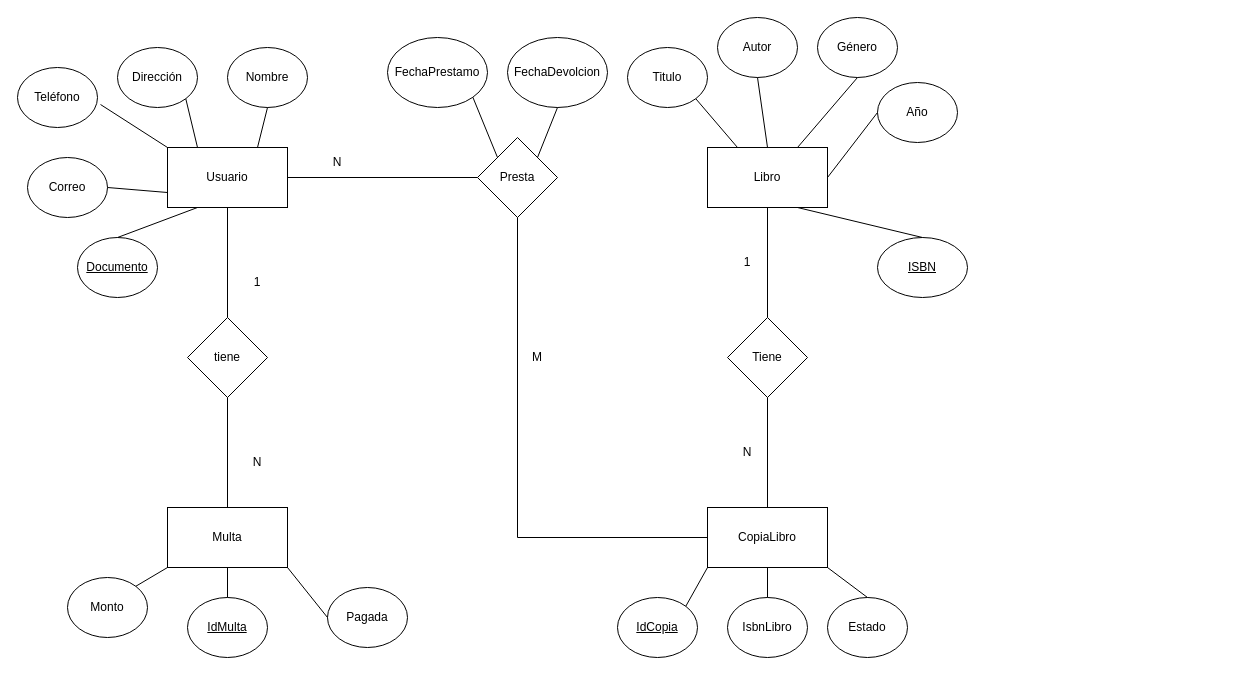
Above: MER_Biblioteca.drawio in JuanaCa19/MER-Caso-Estudio-Biblioteca (draw.io), before the change. Source tidied: cells renumbered, new cells numbered last; positions are measured from the earlier drawing's top-left corner, leaving out a move shared by most shapes. Both pictures are drawn from the tidied source at 100%, with x=0, y=0 at pixel (17, 17).
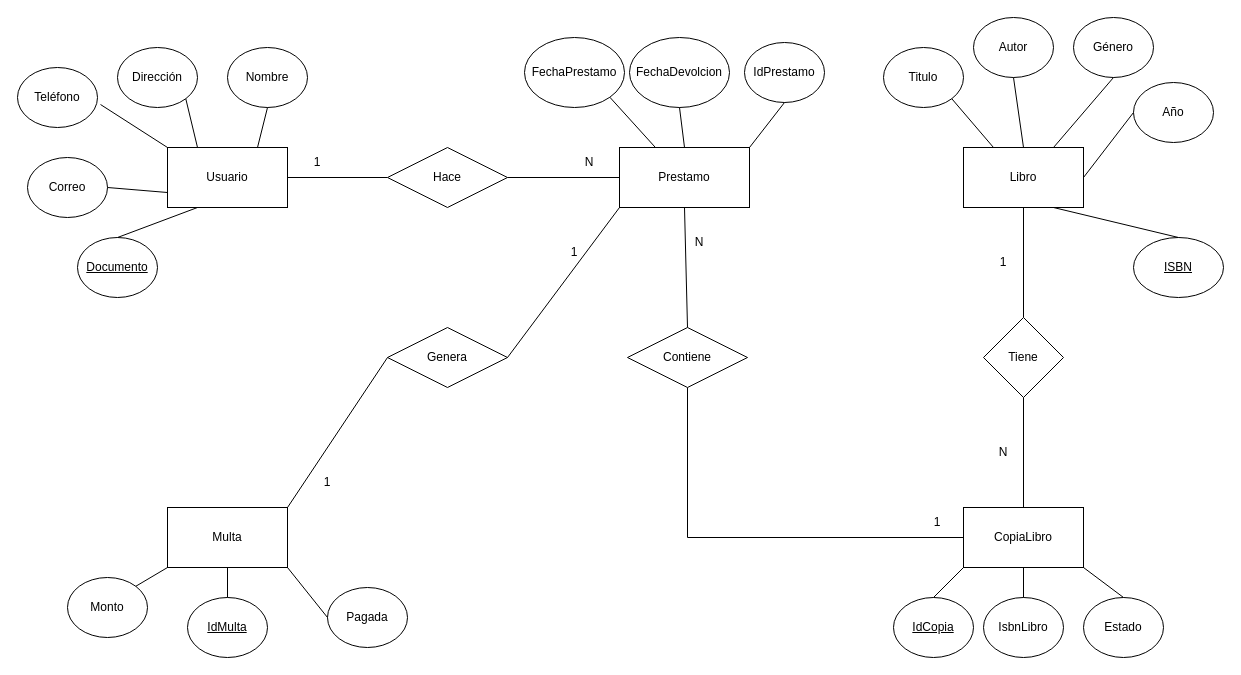
The same page after the edit.

The change refers to these unchanged cells:
```xml
<mxCell id="2" value="Usuario" style="rounded=0;whiteSpace=wrap;html=1;" parent="1" vertex="1">
  <mxGeometry x="150" y="130" width="120" height="60" as="geometry" />
</mxCell>
<mxCell id="26" value="Multa" style="rounded=0;whiteSpace=wrap;html=1;" parent="1" vertex="1">
  <mxGeometry x="150" y="490" width="120" height="60" as="geometry" />
</mxCell>
```

The edit, as a diff of the source:
```diff
@@
-    <mxCell id="13" value="Presta" style="rhombus;whiteSpace=wrap;html=1;" parent="1" vertex="1">
-      <mxGeometry x="460" y="120" width="80" height="80" as="geometry" />
-    </mxCell>
     <mxCell id="14" value="Libro" style="rounded=0;whiteSpace=wrap;html=1;" parent="1" vertex="1">
-      <mxGeometry x="690" y="130" width="120" height="60" as="geometry" />
+      <mxGeometry x="946" y="130" width="120" height="60" as="geometry" />
     </mxCell>
     <mxCell id="15" value="Género" style="ellipse;whiteSpace=wrap;html=1;" parent="1" vertex="1">
-      <mxGeometry x="800" width="80" height="60" as="geometry" />
+      <mxGeometry x="1056" width="80" height="60" as="geometry" />
     </mxCell>
     <mxCell id="16" value="Titulo" style="ellipse;whiteSpace=wrap;html=1;" parent="1" vertex="1">
-      <mxGeometry x="610" y="30" width="80" height="60" as="geometry" />
+      <mxGeometry x="866" y="30" width="80" height="60" as="geometry" />
     </mxCell>
     <mxCell id="17" value="Autor" style="ellipse;whiteSpace=wrap;html=1;" parent="1" vertex="1">
-      <mxGeometry x="700" width="80" height="60" as="geometry" />
+      <mxGeometry x="956" width="80" height="60" as="geometry" />
     </mxCell>
@@
     <mxCell id="21" value="Año" style="ellipse;whiteSpace=wrap;html=1;" parent="1" vertex="1">
-      <mxGeometry x="860" y="65" width="80" height="60" as="geometry" />
+      <mxGeometry x="1116" y="65" width="80" height="60" as="geometry" />
     </mxCell>
@@
-    <mxCell id="23" style="endArrow=none;html=1;rounded=0;exitX=0.5;exitY=1;exitDx=0;exitDy=0;entryX=0;entryY=0.5;entryDx=0;entryDy=0;" parent="1" edge="1" source="13" target="45">
+    <mxCell id="23" style="endArrow=none;html=1;rounded=0;exitX=0.5;exitY=1;exitDx=0;exitDy=0;entryX=0;entryY=0.5;entryDx=0;entryDy=0;" parent="1" edge="1" source="64" target="45">
       <mxGeometry relative="1" as="geometry">
         <Array as="points">
-          <mxPoint x="500" y="520" />
+          <mxPoint x="670" y="520" />
         </Array>
       </mxGeometry>
     </mxCell>
-    <mxCell id="24" style="endArrow=none;html=1;rounded=0;exitX=1;exitY=0.5;exitDx=0;exitDy=0;entryX=0;entryY=0.5;entryDx=0;entryDy=0;" parent="1" edge="1" source="2" target="13">
+    <mxCell id="24" style="endArrow=none;html=1;rounded=0;exitX=1;exitY=0.5;exitDx=0;exitDy=0;entryX=0;entryY=0.5;entryDx=0;entryDy=0;" parent="1" edge="1" source="61" target="57">
       <mxGeometry relative="1" as="geometry" />
     </mxCell>
-    <mxCell id="25" value="tiene" style="rhombus;whiteSpace=wrap;html=1;" parent="1" vertex="1">
-      <mxGeometry x="170" y="300" width="80" height="80" as="geometry" />
-    </mxCell>
@@
     <mxCell id="27" value="FechaPrestamo" style="ellipse;whiteSpace=wrap;html=1;" parent="1" vertex="1">
-      <mxGeometry x="370" y="20" width="100" height="70" as="geometry" />
+      <mxGeometry x="507" y="20" width="100" height="70" as="geometry" />
     </mxCell>
     <mxCell id="28" value="FechaDevolcion" style="ellipse;whiteSpace=wrap;html=1;" parent="1" vertex="1">
-      <mxGeometry x="490" y="20" width="100" height="70" as="geometry" />
+      <mxGeometry x="612" y="20" width="100" height="70" as="geometry" />
     </mxCell>
-    <mxCell id="29" style="endArrow=none;html=1;rounded=0;exitX=1;exitY=1;exitDx=0;exitDy=0;entryX=0;entryY=0;entryDx=0;entryDy=0;" parent="1" edge="1" source="27" target="13">
-      <mxGeometry relative="1" as="geometry" />
+    <mxCell id="29" style="endArrow=none;html=1;rounded=0;exitX=1;exitY=1;exitDx=0;exitDy=0;entryX=0;entryY=0;entryDx=0;entryDy=0;" parent="1" edge="1" source="27">
+      <mxGeometry relative="1" as="geometry">
+        <mxPoint x="647" y="140" as="targetPoint" />
+      </mxGeometry>
     </mxCell>
-    <mxCell id="30" style="endArrow=none;html=1;rounded=0;exitX=1;exitY=0;exitDx=0;exitDy=0;entryX=0.5;entryY=1;entryDx=0;entryDy=0;" parent="1" edge="1" source="13" target="28">
+    <mxCell id="30" style="endArrow=none;html=1;rounded=0;exitX=0.5;exitY=0;exitDx=0;exitDy=0;entryX=0.5;entryY=1;entryDx=0;entryDy=0;" parent="1" edge="1" source="57" target="28">
       <mxGeometry relative="1" as="geometry" />
     </mxCell>
@@
-    <mxCell id="32" style="endArrow=none;html=1;rounded=0;exitX=0.5;exitY=1;exitDx=0;exitDy=0;entryX=0.5;entryY=0;entryDx=0;entryDy=0;" parent="1" edge="1" source="2" target="25">
-      <mxGeometry relative="1" as="geometry" />
-    </mxCell>
-    <mxCell id="33" style="endArrow=none;html=1;rounded=0;exitX=0.5;exitY=1;exitDx=0;exitDy=0;entryX=0.5;entryY=0;entryDx=0;entryDy=0;" parent="1" edge="1" source="25" target="26">
-      <mxGeometry relative="1" as="geometry" />
-    </mxCell>
@@
     <mxCell id="39" value="&lt;u&gt;ISBN&lt;/u&gt;" style="ellipse;whiteSpace=wrap;html=1;" parent="1" vertex="1">
-      <mxGeometry x="860" y="220" width="90" height="60" as="geometry" />
+      <mxGeometry x="1116" y="220" width="90" height="60" as="geometry" />
     </mxCell>
@@
     <mxCell id="41" value="N" style="text;html=1;whiteSpace=wrap;strokeColor=none;fillColor=none;align=center;verticalAlign=middle;rounded=0;" parent="1" vertex="1">
-      <mxGeometry x="290" y="130" width="60" height="30" as="geometry" />
+      <mxGeometry x="542" y="130" width="60" height="30" as="geometry" />
     </mxCell>
-    <mxCell id="42" value="M" style="text;html=1;whiteSpace=wrap;strokeColor=none;fillColor=none;align=center;verticalAlign=middle;rounded=0;" parent="1" vertex="1">
-      <mxGeometry x="490" y="325" width="60" height="30" as="geometry" />
+    <mxCell id="42" value="N" style="text;html=1;whiteSpace=wrap;strokeColor=none;fillColor=none;align=center;verticalAlign=middle;rounded=0;" parent="1" vertex="1">
+      <mxGeometry x="652" y="210" width="60" height="30" as="geometry" />
     </mxCell>
-    <mxCell id="43" value="1" style="text;html=1;whiteSpace=wrap;strokeColor=none;fillColor=none;align=center;verticalAlign=middle;rounded=0;" parent="1" vertex="1">
-      <mxGeometry x="210" y="250" width="60" height="30" as="geometry" />
-    </mxCell>
-    <mxCell id="44" value="N" style="text;html=1;whiteSpace=wrap;strokeColor=none;fillColor=none;align=center;verticalAlign=middle;rounded=0;" parent="1" vertex="1">
-      <mxGeometry x="210" y="430" width="60" height="30" as="geometry" />
-    </mxCell>
     <mxCell id="45" value="CopiaLibro" style="rounded=0;whiteSpace=wrap;html=1;" parent="1" vertex="1">
-      <mxGeometry x="690" y="490" width="120" height="60" as="geometry" />
+      <mxGeometry x="946" y="490" width="120" height="60" as="geometry" />
     </mxCell>
     <mxCell id="46" value="Tiene" style="rhombus;whiteSpace=wrap;html=1;" parent="1" vertex="1">
-      <mxGeometry x="710" y="300" width="80" height="80" as="geometry" />
+      <mxGeometry x="966" y="300" width="80" height="80" as="geometry" />
     </mxCell>
     <mxCell id="47" value="&lt;u&gt;IdCopia&lt;/u&gt;" style="ellipse;whiteSpace=wrap;html=1;" parent="1" vertex="1">
-      <mxGeometry x="600" y="580" width="80" height="60" as="geometry" />
+      <mxGeometry x="876" y="580" width="80" height="60" as="geometry" />
     </mxCell>
     <mxCell id="48" value="IsbnLibro" style="ellipse;whiteSpace=wrap;html=1;" parent="1" vertex="1">
-      <mxGeometry x="710" y="580" width="80" height="60" as="geometry" />
+      <mxGeometry x="966" y="580" width="80" height="60" as="geometry" />
     </mxCell>
     <mxCell id="49" value="Estado" style="ellipse;whiteSpace=wrap;html=1;" parent="1" vertex="1">
-      <mxGeometry x="810" y="580" width="80" height="60" as="geometry" />
+      <mxGeometry x="1066" y="580" width="80" height="60" as="geometry" />
     </mxCell>
-    <mxCell id="50" style="endArrow=none;html=1;rounded=0;exitX=0;exitY=1;exitDx=0;exitDy=0;entryX=1;entryY=0;entryDx=0;entryDy=0;" parent="1" edge="1" source="45" target="47">
+    <mxCell id="50" style="endArrow=none;html=1;rounded=0;exitX=0;exitY=1;exitDx=0;exitDy=0;entryX=0.5;entryY=0;entryDx=0;entryDy=0;" parent="1" edge="1" source="45" target="47">
       <mxGeometry relative="1" as="geometry" />
     </mxCell>
@@
     <mxCell id="55" value="1" style="text;html=1;whiteSpace=wrap;strokeColor=none;fillColor=none;align=center;verticalAlign=middle;rounded=0;" parent="1" vertex="1">
-      <mxGeometry x="700" y="230" width="60" height="30" as="geometry" />
+      <mxGeometry x="956" y="230" width="60" height="30" as="geometry" />
     </mxCell>
     <mxCell id="56" value="N" style="text;html=1;whiteSpace=wrap;strokeColor=none;fillColor=none;align=center;verticalAlign=middle;rounded=0;" parent="1" vertex="1">
-      <mxGeometry x="700" y="420" width="60" height="30" as="geometry" />
+      <mxGeometry x="956" y="420" width="60" height="30" as="geometry" />
     </mxCell>
+    <mxCell id="57" value="Prestamo" style="whiteSpace=wrap;html=1;align=center;" parent="1" vertex="1">
+      <mxGeometry x="602" y="130" width="130" height="60" as="geometry" />
+    </mxCell>
+    <mxCell id="58" value="IdPrestamo" style="ellipse;whiteSpace=wrap;html=1;" parent="1" vertex="1">
+      <mxGeometry x="727" y="25" width="80" height="60" as="geometry" />
+    </mxCell>
+    <mxCell id="59" style="endArrow=none;html=1;rounded=0;entryX=0.5;entryY=1;entryDx=0;entryDy=0;exitX=1;exitY=0;exitDx=0;exitDy=0;" parent="1" edge="1" source="57" target="58">
+      <mxGeometry relative="1" as="geometry" />
+    </mxCell>
+    <mxCell id="60" style="endArrow=none;html=1;rounded=0;exitX=1;exitY=0.5;exitDx=0;exitDy=0;entryX=0;entryY=0.5;entryDx=0;entryDy=0;" parent="1" edge="1" source="2" target="61">
+      <mxGeometry relative="1" as="geometry" />
+    </mxCell>
+    <mxCell id="61" value="Hace" style="shape=rhombus;perimeter=rhombusPerimeter;whiteSpace=wrap;html=1;align=center;" parent="1" vertex="1">
+      <mxGeometry x="370" y="130" width="120" height="60" as="geometry" />
+    </mxCell>
+    <mxCell id="62" value="1" style="text;html=1;whiteSpace=wrap;strokeColor=none;fillColor=none;align=center;verticalAlign=middle;rounded=0;" parent="1" vertex="1">
+      <mxGeometry x="270" y="130" width="60" height="30" as="geometry" />
+    </mxCell>
+    <mxCell id="63" style="endArrow=none;html=1;rounded=0;exitX=0.5;exitY=1;exitDx=0;exitDy=0;entryX=0.5;entryY=0;entryDx=0;entryDy=0;" parent="1" edge="1" source="57" target="64">
+      <mxGeometry relative="1" as="geometry" />
+    </mxCell>
+    <mxCell id="64" value="Contiene" style="shape=rhombus;perimeter=rhombusPerimeter;whiteSpace=wrap;html=1;align=center;" parent="1" vertex="1">
+      <mxGeometry x="610" y="310" width="120" height="60" as="geometry" />
+    </mxCell>
+    <mxCell id="65" value="1" style="text;html=1;whiteSpace=wrap;strokeColor=none;fillColor=none;align=center;verticalAlign=middle;rounded=0;" parent="1" vertex="1">
+      <mxGeometry x="890" y="490" width="60" height="30" as="geometry" />
+    </mxCell>
+    <mxCell id="66" value="Genera" style="shape=rhombus;perimeter=rhombusPerimeter;whiteSpace=wrap;html=1;align=center;" parent="1" vertex="1">
+      <mxGeometry x="370" y="310" width="120" height="60" as="geometry" />
+    </mxCell>
+    <mxCell id="67" style="endArrow=none;html=1;rounded=0;entryX=0;entryY=1;entryDx=0;entryDy=0;exitX=1;exitY=0.5;exitDx=0;exitDy=0;" parent="1" edge="1" source="66" target="57">
+      <mxGeometry relative="1" as="geometry" />
+    </mxCell>
+    <mxCell id="68" style="endArrow=none;html=1;rounded=0;entryX=0;entryY=0.5;entryDx=0;entryDy=0;exitX=1;exitY=0;exitDx=0;exitDy=0;" parent="1" edge="1" source="26" target="66">
+      <mxGeometry relative="1" as="geometry" />
+    </mxCell>
+    <mxCell id="69" value="1" style="text;html=1;whiteSpace=wrap;strokeColor=none;fillColor=none;align=center;verticalAlign=middle;rounded=0;" parent="1" vertex="1">
+      <mxGeometry x="527" y="220" width="60" height="30" as="geometry" />
+    </mxCell>
+    <mxCell id="70" value="1" style="text;html=1;whiteSpace=wrap;strokeColor=none;fillColor=none;align=center;verticalAlign=middle;rounded=0;" parent="1" vertex="1">
+      <mxGeometry x="280" y="450" width="60" height="30" as="geometry" />
+    </mxCell>
```
